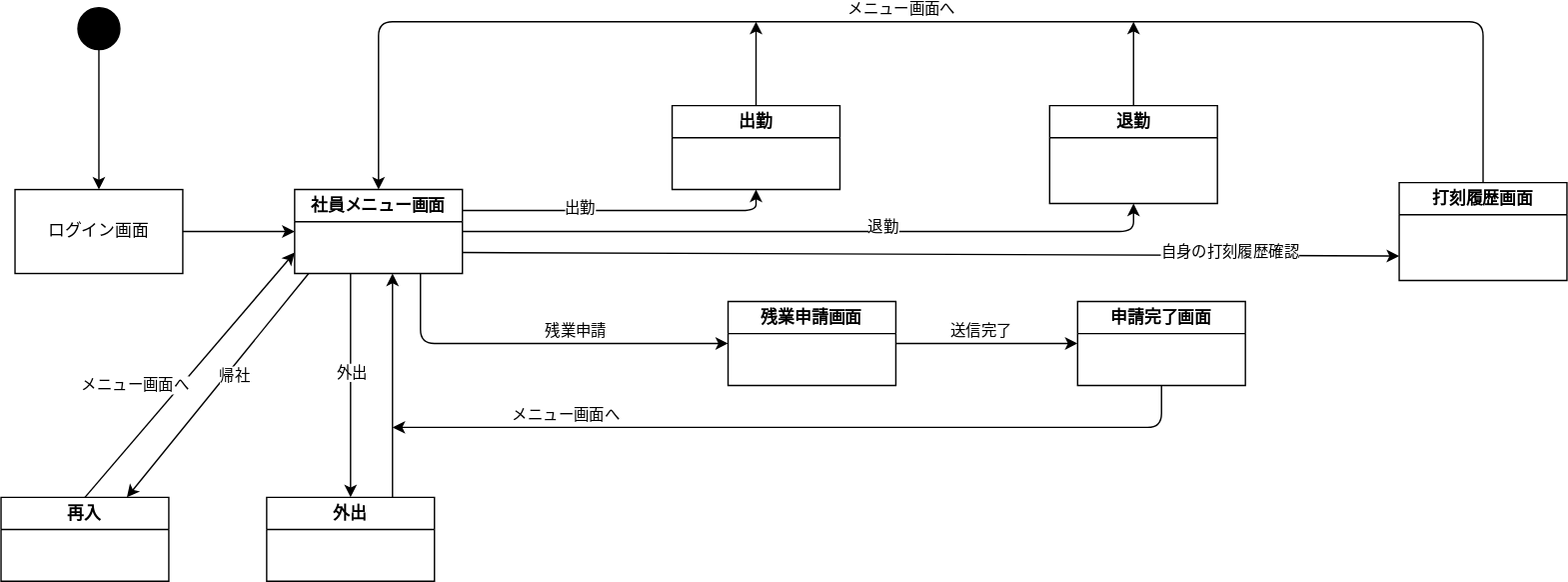
This is pro画面.drawio.svg from hosoya0503/uml-intro, a draw.io export, as it was before one commit. Source tidied: cells renumbered, new cells last; positions are measured from the earlier drawing's top-left corner, leaving out a move shared by most shapes.
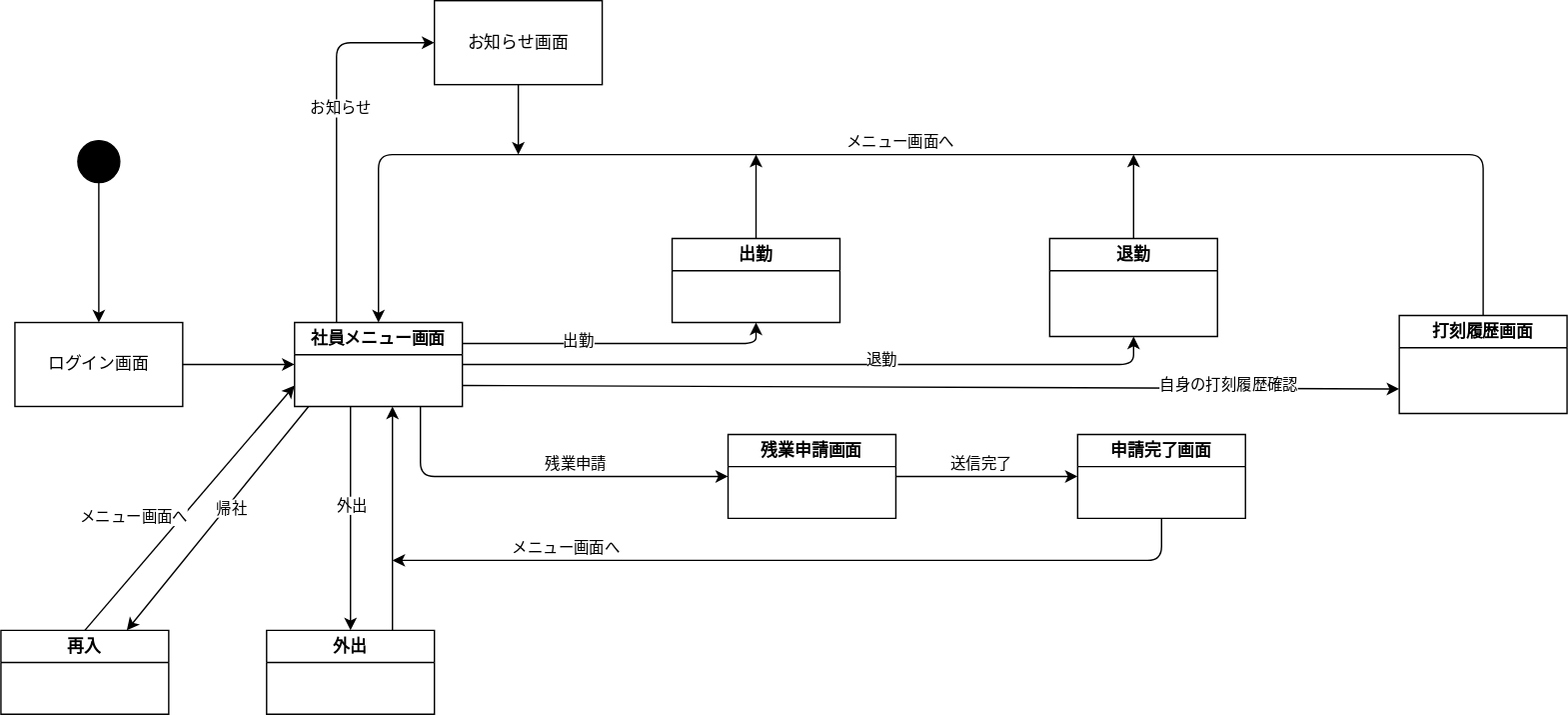
The same file after the commit.

Change to the diagram source:
```diff
@@ -151,8 +151,26 @@
     <mxCell id="35" value="帰社" style="edgeLabel;html=1;align=center;verticalAlign=middle;" parent="34" vertex="1">
       <mxGeometry x="-0.12" y="3" relative="1" as="geometry" />
     </mxCell>
+    <mxCell id="37" style="edgeStyle=none;html=1;exitX=0.25;exitY=0;exitDx=0;exitDy=0;entryX=0;entryY=0.5;entryDx=0;entryDy=0;" parent="1" edge="1" source="36" target="40">
+      <mxGeometry relative="1" as="geometry">
+        <Array as="points">
+          <mxPoint x="240" y="-70" />
+        </Array>
+      </mxGeometry>
+    </mxCell>
+    <mxCell id="38" value="お知らせ" style="edgeLabel;html=1;align=center;verticalAlign=middle;" parent="37" vertex="1">
+      <mxGeometry x="0.14" y="-2" relative="1" as="geometry" />
+    </mxCell>
     <mxCell id="36" value="社員メニュー画面" style="swimlane;whiteSpace=wrap;html=1;" parent="1" vertex="1">
       <mxGeometry x="210" y="130" width="120" height="60" as="geometry" />
     </mxCell>
+    <mxCell id="39" style="edgeStyle=none;html=1;" parent="1" edge="1" source="40">
+      <mxGeometry relative="1" as="geometry">
+        <mxPoint x="370" y="10" as="targetPoint" />
+      </mxGeometry>
+    </mxCell>
+    <mxCell id="40" value="お知らせ画面" style="rounded=0;whiteSpace=wrap;html=1;" parent="1" vertex="1">
+      <mxGeometry x="310" y="-100" width="120" height="60" as="geometry" />
+    </mxCell>
   </root>
 </mxGraphModel>
```
